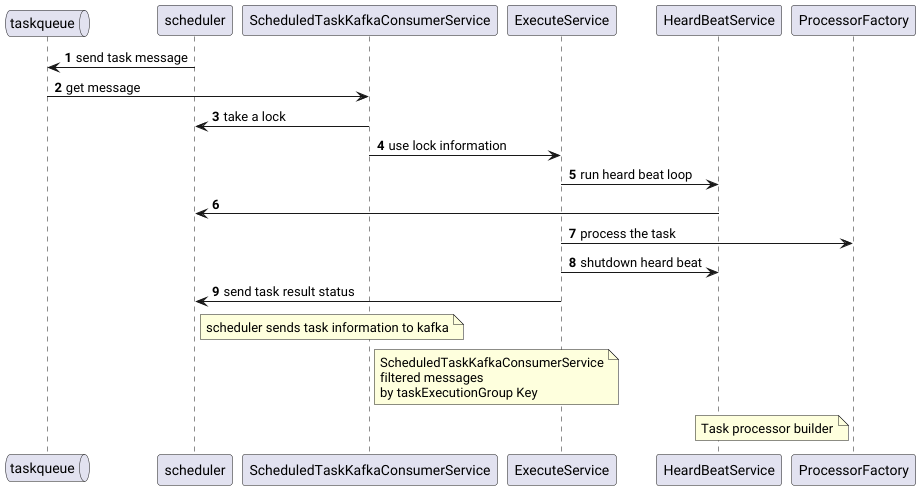
Before: lakehouse-task-executor-svc/doc/uml/ServiceWorkSequence.png, a diagram exported from PlantUML (zaytsevdmitry/lakehouse).
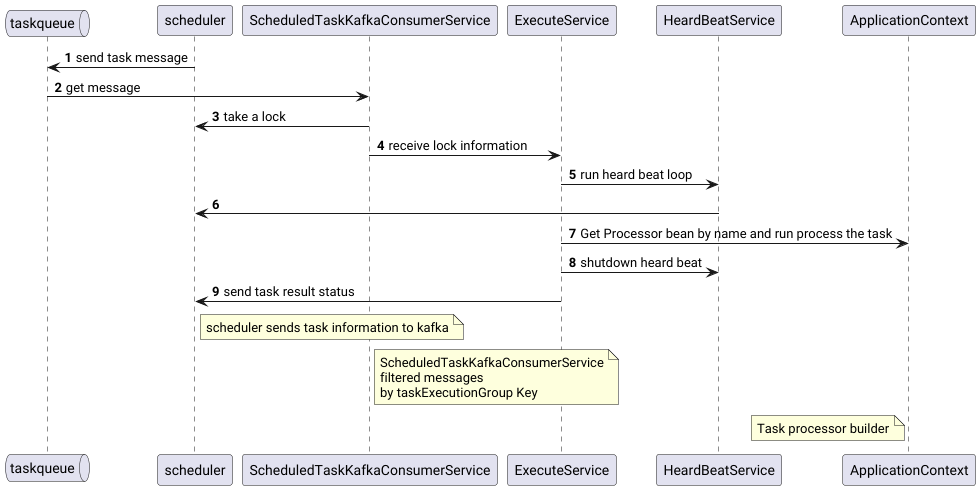
The same file after the commit.

Diff of the diagram source:
```diff
@@ -6,10 +6,10 @@
 
 taskqueue -> ScheduledTaskKafkaConsumerService: get message
 ScheduledTaskKafkaConsumerService -> scheduler: take a lock
-ScheduledTaskKafkaConsumerService -> ExecuteService: use lock information
+ScheduledTaskKafkaConsumerService -> ExecuteService: receive lock information
 ExecuteService -> HeardBeatService: run heard beat loop
 HeardBeatService -> scheduler
-ExecuteService -> ProcessorFactory: process the task
+ExecuteService -> ApplicationContext: Get Processor bean by name and run process the task
 ExecuteService -> HeardBeatService: shutdown heard beat
 ExecuteService -> scheduler: send task result status
 
@@ -24,7 +24,7 @@
 filtered messages
 by taskExecutionGroup Key
 end note
-note left of ProcessorFactory
+note left of ApplicationContext
 Task processor builder
 end note
 @enduml
```
